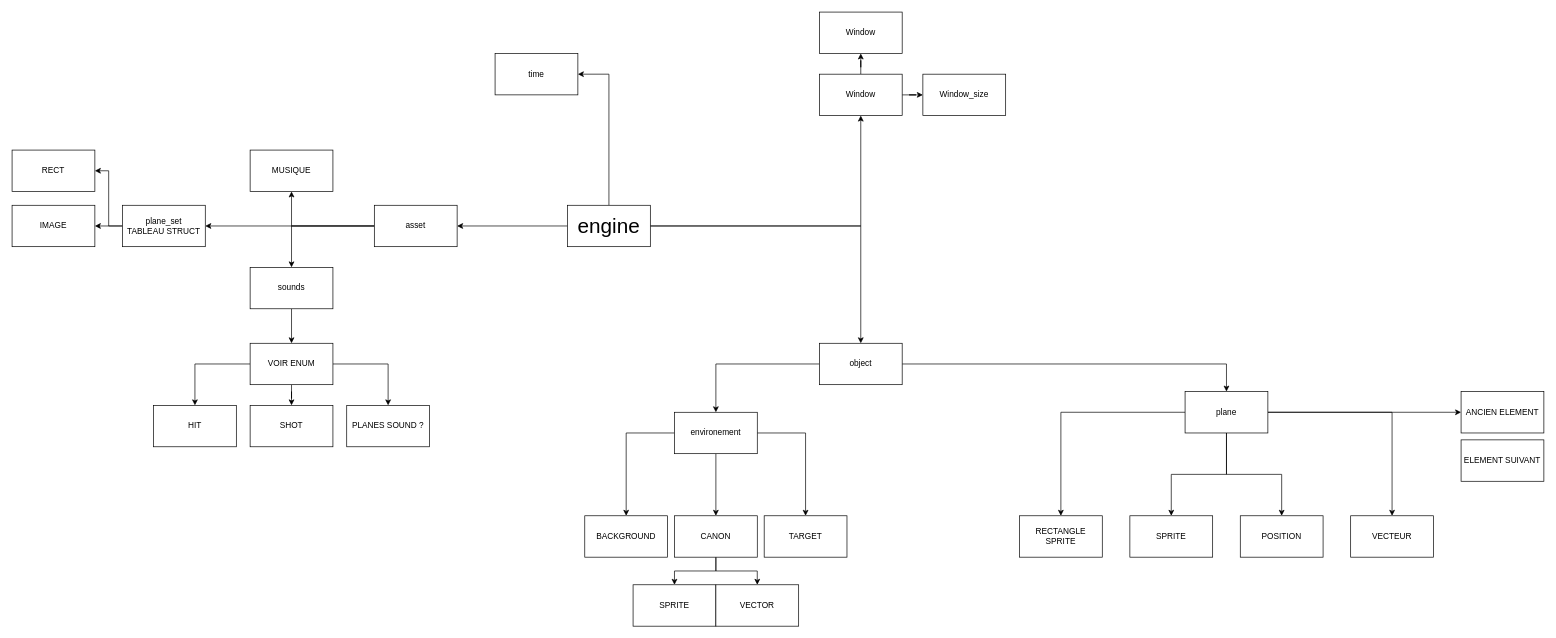
The draw.io diagram my_Hunter.drawio in pierre1754/My-Hunter, before the edit. Source tidied: cells renumbered, new cells numbered last; positions are measured from the earlier drawing's top-left corner, leaving out a move shared by most shapes. Both pictures are drawn from the tidied source at 69%, with x=0, y=0 at pixel (12, 12).
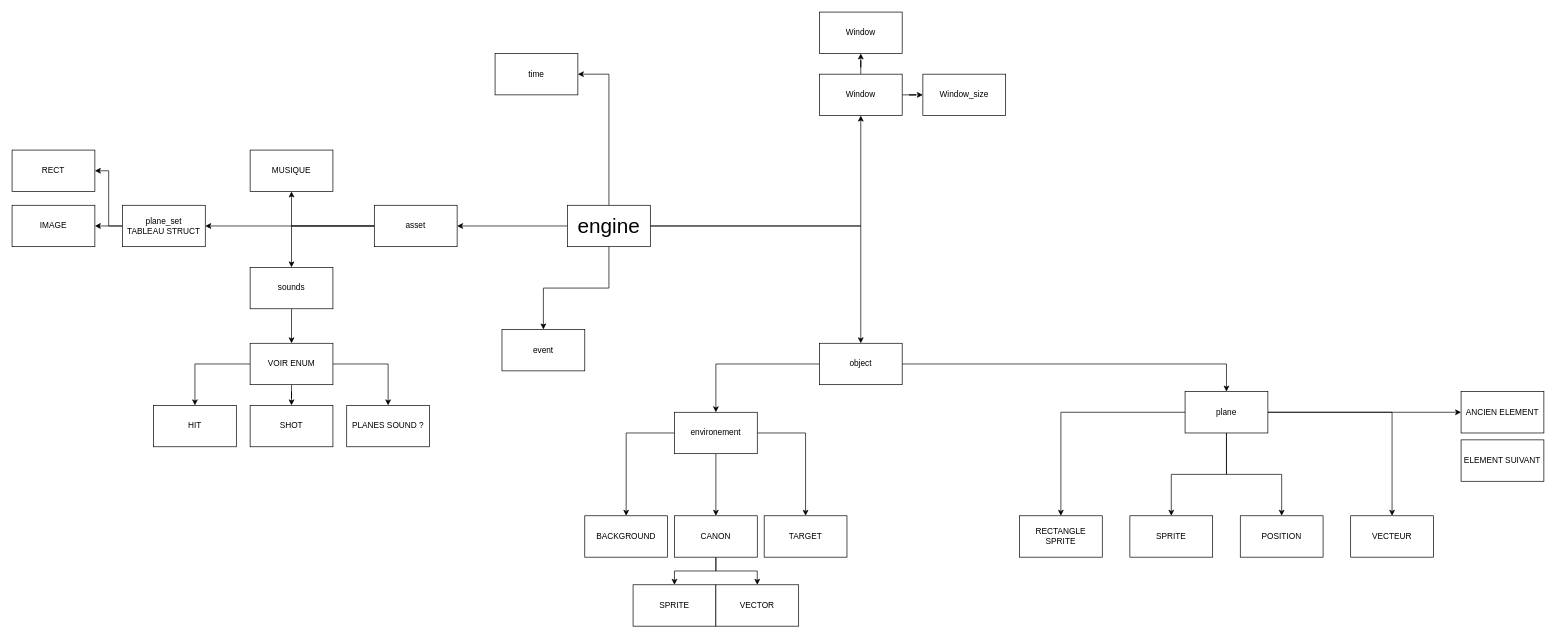
The same diagram, later.

The change refers to these unchanged cells:
```xml
<mxCell id="6" value="&lt;font size=&quot;1&quot;&gt;&lt;span style=&quot;background-color: rgb(255 , 255 , 255) ; font-size: 30px&quot;&gt;engine&lt;/span&gt;&lt;/font&gt;" style="rounded=0;whiteSpace=wrap;html=1;" parent="1" vertex="1">
  <mxGeometry x="805" y="280" width="120" height="60" as="geometry" />
</mxCell>
```

Diff of the diagram source:
```diff
@@
+    <mxCell id="58" style="edgeStyle=orthogonalEdgeStyle;rounded=0;jettySize=auto;html=1;entryX=0.5;entryY=0;entryDx=0;entryDy=0;" parent="1" edge="1" source="6" target="59">
+      <mxGeometry relative="1" as="geometry" />
+    </mxCell>
@@
+    <mxCell id="59" value="event" style="rounded=0;whiteSpace=wrap;html=1;" parent="1" vertex="1">
+      <mxGeometry x="710" y="460" width="120" height="60" as="geometry" />
+    </mxCell>
```
